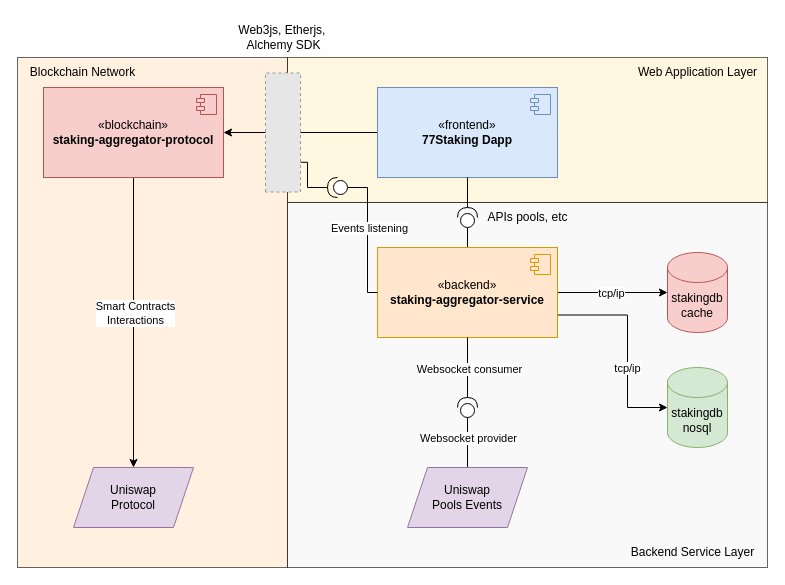
Earlier version of the draw.io diagram staking-aggregator.drawio (thomasdev5832/InvestorHub). Source tidied: cells renumbered, new cells numbered last; positions are measured from the earlier drawing's top-left corner, leaving out a move shared by most shapes. Both pictures are drawn from the tidied source at 100%, with x=0, y=0 at pixel (17, 17). Pictures stored in the file or linked from it are replaced by grey dashed boxes.
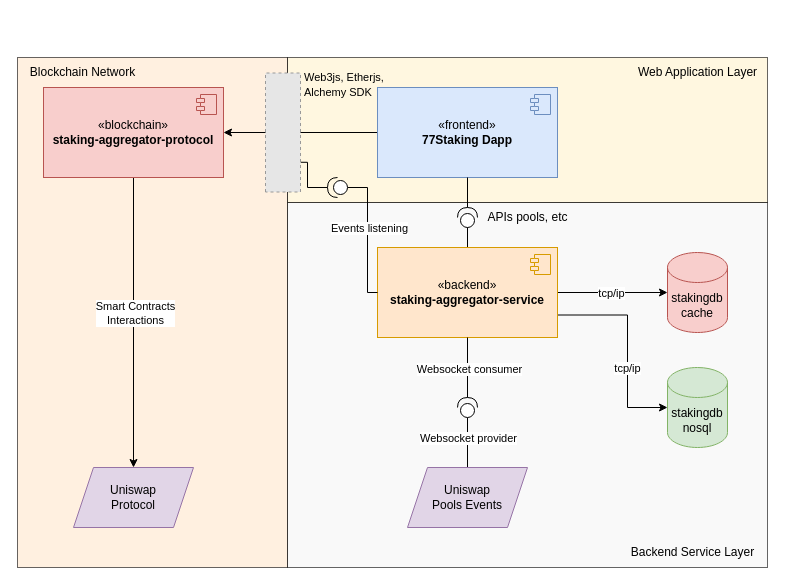
Above is the later version.

Commit message (it also covers changes not shown here):
feat: created architecture artefacts

Change to the diagram source:
```diff
@@
-    <mxCell id="32" value="Web3js,&amp;nbsp;&lt;span style=&quot;background-color: initial;&quot;&gt;Etherjs,&amp;nbsp;&lt;/span&gt;&lt;div&gt;Alchemy SDK&lt;/div&gt;" style="text;html=1;align=center;verticalAlign=middle;strokeColor=none;fillColor=none;" parent="1" vertex="1">
-      <mxGeometry x="210.5" width="110" height="40" as="geometry" />
+    <mxCell id="32" value="&lt;font style=&quot;font-size: 11px;&quot;&gt;Web3js,&amp;nbsp;&lt;span style=&quot;background-color: initial;&quot;&gt;Etherjs,&amp;nbsp;&lt;/span&gt;&lt;/font&gt;&lt;div&gt;&lt;font style=&quot;font-size: 11px;&quot;&gt;Alchemy SDK&lt;/font&gt;&lt;/div&gt;" style="text;html=1;align=left;verticalAlign=middle;strokeColor=none;fillColor=none;" parent="1" vertex="1">
+      <mxGeometry x="285" y="47" width="110" height="40" as="geometry" />
     </mxCell>
```
